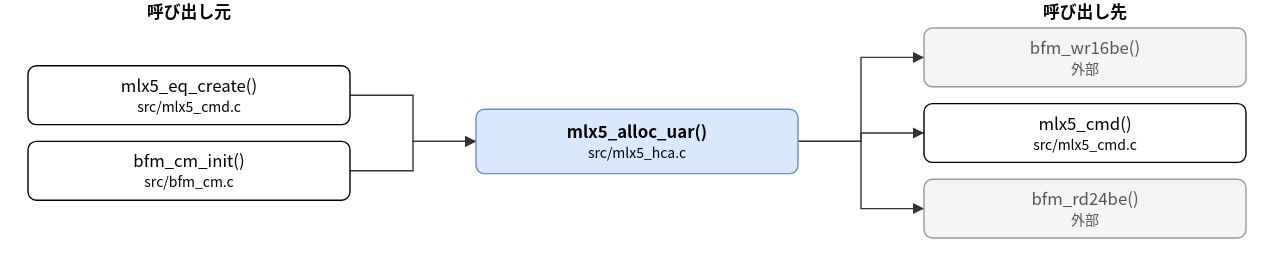
Above: doc/spec/images/call_src_mlx5_hca-mlx5_alloc_uar.drawio.svg in hf355051012-ai/bfmem (draw.io), before the change. Source tidied: cells renumbered, new cells last; positions are measured from the earlier drawing's top-left corner, leaving out a move shared by most shapes. Its diagram source:
```xml
<mxGraphModel>
  <root>
    <mxCell id="0" />
    <mxCell id="1" parent="0" />
    <mxCell id="2" value="mlx5_alloc_uar()&lt;br&gt;&lt;font style=&quot;font-size:10px&quot;&gt;src/mlx5_hca.c&lt;/font&gt;" style="rounded=1;whiteSpace=wrap;html=1;fillColor=#dae8fc;strokeColor=#6c8ebf;fontStyle=1;" parent="1" vertex="1">
      <mxGeometry x="320" y="78" width="230" height="46" as="geometry" />
    </mxCell>
    <mxCell id="3" value="mlx5_eq_create()&lt;br&gt;&lt;font style=&quot;font-size:10px&quot;&gt;src/mlx5_cmd.c&lt;/font&gt;" style="rounded=1;whiteSpace=wrap;html=1;" parent="1" vertex="1">
      <mxGeometry y="47" width="230" height="42" as="geometry" />
    </mxCell>
    <mxCell id="4" value="bfm_cm_init()&lt;br&gt;&lt;font style=&quot;font-size:10px&quot;&gt;src/bfm_cm.c&lt;/font&gt;" style="rounded=1;whiteSpace=wrap;html=1;" parent="1" vertex="1">
      <mxGeometry y="101" width="230" height="42" as="geometry" />
    </mxCell>
    <mxCell id="5" value="bfm_wr16be()&lt;br&gt;&lt;font style=&quot;font-size:10px&quot;&gt;外部&lt;/font&gt;" style="rounded=1;whiteSpace=wrap;html=1;fillColor=#f5f5f5;strokeColor=#999999;fontColor=#555555;" parent="1" vertex="1">
      <mxGeometry x="640" y="20" width="230" height="42" as="geometry" />
    </mxCell>
    <mxCell id="6" value="mlx5_cmd()&lt;br&gt;&lt;font style=&quot;font-size:10px&quot;&gt;src/mlx5_cmd.c&lt;/font&gt;" style="rounded=1;whiteSpace=wrap;html=1;" parent="1" vertex="1">
      <mxGeometry x="640" y="74" width="230" height="42" as="geometry" />
    </mxCell>
    <mxCell id="7" value="bfm_rd24be()&lt;br&gt;&lt;font style=&quot;font-size:10px&quot;&gt;外部&lt;/font&gt;" style="rounded=1;whiteSpace=wrap;html=1;fillColor=#f5f5f5;strokeColor=#999999;fontColor=#555555;" parent="1" vertex="1">
      <mxGeometry x="640" y="128" width="230" height="42" as="geometry" />
    </mxCell>
    <mxCell id="8" style="edgeStyle=none;html=1;rounded=0;endArrow=block;endFill=1;exitX=1.0000;exitY=0.5000;exitDx=0;exitDy=0;exitPerimeter=0;entryX=0.0000;entryY=0.5000;entryDx=0;entryDy=0;entryPerimeter=0;" parent="1" edge="1" source="3" target="2">
      <mxGeometry relative="1" as="geometry">
        <Array as="points">
          <mxPoint x="275" y="68" />
          <mxPoint x="275" y="101" />
        </Array>
      </mxGeometry>
    </mxCell>
    <mxCell id="9" style="edgeStyle=none;html=1;rounded=0;endArrow=block;endFill=1;exitX=1.0000;exitY=0.5000;exitDx=0;exitDy=0;exitPerimeter=0;entryX=0.0000;entryY=0.5000;entryDx=0;entryDy=0;entryPerimeter=0;" parent="1" edge="1" source="4" target="2">
      <mxGeometry relative="1" as="geometry">
        <Array as="points">
          <mxPoint x="275" y="122" />
          <mxPoint x="275" y="101" />
        </Array>
      </mxGeometry>
    </mxCell>
    <mxCell id="10" style="edgeStyle=none;html=1;rounded=0;endArrow=block;endFill=1;exitX=1.0000;exitY=0.5000;exitDx=0;exitDy=0;exitPerimeter=0;entryX=0.0000;entryY=0.5000;entryDx=0;entryDy=0;entryPerimeter=0;" parent="1" edge="1" source="2" target="5">
      <mxGeometry relative="1" as="geometry">
        <Array as="points">
          <mxPoint x="595" y="101" />
          <mxPoint x="595" y="41" />
        </Array>
      </mxGeometry>
    </mxCell>
    <mxCell id="11" style="edgeStyle=none;html=1;rounded=0;endArrow=block;endFill=1;exitX=1.0000;exitY=0.5000;exitDx=0;exitDy=0;exitPerimeter=0;entryX=0.0000;entryY=0.5000;entryDx=0;entryDy=0;entryPerimeter=0;" parent="1" edge="1" source="2" target="6">
      <mxGeometry relative="1" as="geometry">
        <Array as="points">
          <mxPoint x="595" y="101" />
          <mxPoint x="595" y="95" />
        </Array>
      </mxGeometry>
    </mxCell>
    <mxCell id="12" style="edgeStyle=none;html=1;rounded=0;endArrow=block;endFill=1;exitX=1.0000;exitY=0.5000;exitDx=0;exitDy=0;exitPerimeter=0;entryX=0.0000;entryY=0.5000;entryDx=0;entryDy=0;entryPerimeter=0;" parent="1" edge="1" source="2" target="7">
      <mxGeometry relative="1" as="geometry">
        <Array as="points">
          <mxPoint x="595" y="101" />
          <mxPoint x="595" y="149" />
        </Array>
      </mxGeometry>
    </mxCell>
    <mxCell id="13" value="呼び出し元" style="text;html=1;align=center;fontStyle=1;" parent="1" vertex="1">
      <mxGeometry x="35" width="160" height="18" as="geometry" />
    </mxCell>
    <mxCell id="14" value="呼び出し先" style="text;html=1;align=center;fontStyle=1;" parent="1" vertex="1">
      <mxGeometry x="675" width="160" height="18" as="geometry" />
    </mxCell>
  </root>
</mxGraphModel>
```
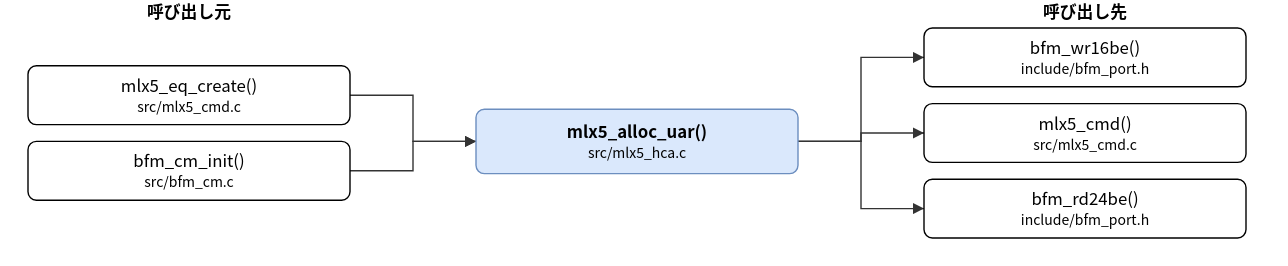
Above is the later version.

Diff of the diagram source:
```diff
@@ -11,13 +11,13 @@
     <mxCell id="4" value="bfm_cm_init()&lt;br&gt;&lt;font style=&quot;font-size:10px&quot;&gt;src/bfm_cm.c&lt;/font&gt;" style="rounded=1;whiteSpace=wrap;html=1;" parent="1" vertex="1">
       <mxGeometry y="101" width="230" height="42" as="geometry" />
     </mxCell>
-    <mxCell id="5" value="bfm_wr16be()&lt;br&gt;&lt;font style=&quot;font-size:10px&quot;&gt;外部&lt;/font&gt;" style="rounded=1;whiteSpace=wrap;html=1;fillColor=#f5f5f5;strokeColor=#999999;fontColor=#555555;" parent="1" vertex="1">
+    <mxCell id="5" value="bfm_wr16be()&lt;br&gt;&lt;font style=&quot;font-size:10px&quot;&gt;include/bfm_port.h&lt;/font&gt;" style="rounded=1;whiteSpace=wrap;html=1;" parent="1" vertex="1">
       <mxGeometry x="640" y="20" width="230" height="42" as="geometry" />
     </mxCell>
     <mxCell id="6" value="mlx5_cmd()&lt;br&gt;&lt;font style=&quot;font-size:10px&quot;&gt;src/mlx5_cmd.c&lt;/font&gt;" style="rounded=1;whiteSpace=wrap;html=1;" parent="1" vertex="1">
       <mxGeometry x="640" y="74" width="230" height="42" as="geometry" />
     </mxCell>
-    <mxCell id="7" value="bfm_rd24be()&lt;br&gt;&lt;font style=&quot;font-size:10px&quot;&gt;外部&lt;/font&gt;" style="rounded=1;whiteSpace=wrap;html=1;fillColor=#f5f5f5;strokeColor=#999999;fontColor=#555555;" parent="1" vertex="1">
+    <mxCell id="7" value="bfm_rd24be()&lt;br&gt;&lt;font style=&quot;font-size:10px&quot;&gt;include/bfm_port.h&lt;/font&gt;" style="rounded=1;whiteSpace=wrap;html=1;" parent="1" vertex="1">
       <mxGeometry x="640" y="128" width="230" height="42" as="geometry" />
     </mxCell>
     <mxCell id="8" style="edgeStyle=none;html=1;rounded=0;endArrow=block;endFill=1;exitX=1.0000;exitY=0.5000;exitDx=0;exitDy=0;exitPerimeter=0;entryX=0.0000;entryY=0.5000;entryDx=0;entryDy=0;entryPerimeter=0;" parent="1" edge="1" source="3" target="2">
```
